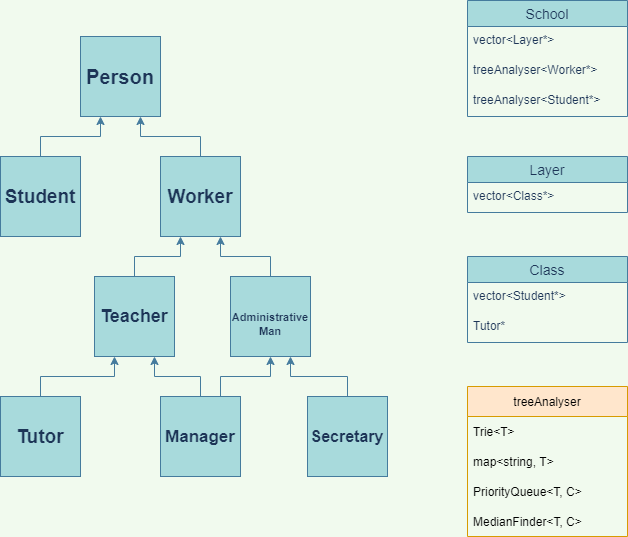
Above: Block diagram.png in ofir-tan/School-Super-Data-Structure (draw.io), before the change. Source tidied: cells renumbered, new cells last; positions are measured from the earlier drawing's top-left corner, leaving out a move shared by most shapes.
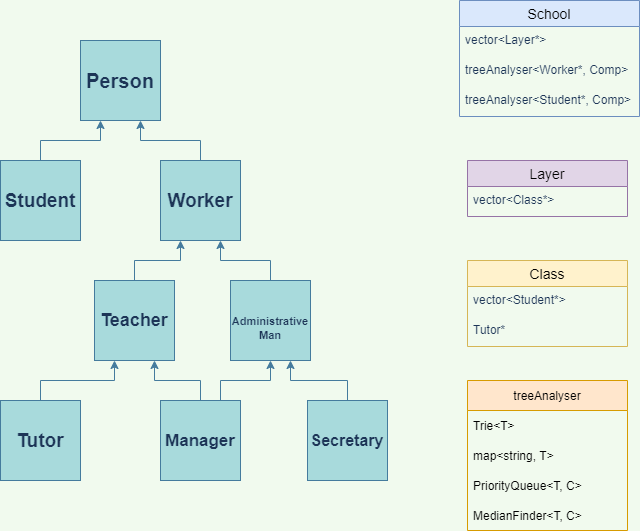
The same diagram one commit later.

What changed in the source:
```diff
@@ -50,25 +50,25 @@
     <mxCell id="17" value="&lt;font style=&quot;font-size: 20px&quot;&gt;&lt;b&gt;Person&lt;/b&gt;&lt;/font&gt;" style="whiteSpace=wrap;html=1;fillColor=#A8DADC;strokeColor=#457B9D;fontColor=#1D3557;" parent="1" vertex="1">
       <mxGeometry x="80" y="36" width="80" height="80" as="geometry" />
     </mxCell>
-    <mxCell id="18" value="School" style="swimlane;fontStyle=0;horizontal=1;startSize=26;align=center;fontSize=14;fillColor=#A8DADC;strokeColor=#457B9D;fontColor=#1D3557;" parent="1" vertex="1">
-      <mxGeometry x="467" width="160" height="116" as="geometry" />
+    <mxCell id="18" value="School" style="swimlane;fontStyle=0;horizontal=1;startSize=26;align=center;fontSize=14;fillColor=#dae8fc;strokeColor=#6c8ebf;" parent="1" vertex="1">
+      <mxGeometry x="459" y="-4" width="180" height="116" as="geometry" />
     </mxCell>
     <mxCell id="19" value="vector&lt;Layer*&gt;" style="text;strokeColor=none;fillColor=none;spacingLeft=4;spacingRight=4;overflow=hidden;fontSize=12;fontColor=#1D3557;" parent="18" vertex="1">
-      <mxGeometry y="26" width="160" height="30" as="geometry" />
+      <mxGeometry y="26" width="180" height="30" as="geometry" />
     </mxCell>
-    <mxCell id="20" value="treeAnalyser&lt;Worker*&gt;" style="text;strokeColor=none;fillColor=none;spacingLeft=4;spacingRight=4;overflow=hidden;fontSize=12;fontColor=#1D3557;" parent="18" vertex="1">
-      <mxGeometry y="56" width="160" height="30" as="geometry" />
+    <mxCell id="20" value="treeAnalyser&lt;Worker*, Comp&gt;" style="text;strokeColor=none;fillColor=none;spacingLeft=4;spacingRight=4;overflow=hidden;fontSize=12;fontColor=#1D3557;" parent="18" vertex="1">
+      <mxGeometry y="56" width="180" height="30" as="geometry" />
     </mxCell>
-    <mxCell id="21" value="treeAnalyser&lt;Student*&gt;" style="text;strokeColor=none;fillColor=none;spacingLeft=4;spacingRight=4;overflow=hidden;fontSize=12;fontColor=#1D3557;" parent="18" vertex="1">
-      <mxGeometry y="86" width="160" height="30" as="geometry" />
+    <mxCell id="21" value="treeAnalyser&lt;Student*, Comp&gt;" style="text;strokeColor=none;fillColor=none;spacingLeft=4;spacingRight=4;overflow=hidden;fontSize=12;fontColor=#1D3557;" parent="18" vertex="1">
+      <mxGeometry y="86" width="180" height="30" as="geometry" />
     </mxCell>
-    <mxCell id="22" value="Layer" style="swimlane;fontStyle=0;horizontal=1;startSize=26;align=center;fontSize=14;fillColor=#A8DADC;strokeColor=#457B9D;fontColor=#1D3557;" parent="1" vertex="1">
+    <mxCell id="22" value="Layer" style="swimlane;fontStyle=0;horizontal=1;startSize=26;align=center;fontSize=14;fillColor=#e1d5e7;strokeColor=#9673a6;" parent="1" vertex="1">
       <mxGeometry x="467" y="156" width="160" height="56" as="geometry" />
     </mxCell>
     <mxCell id="23" value="vector&lt;Class*&gt;" style="text;strokeColor=none;fillColor=none;spacingLeft=4;spacingRight=4;overflow=hidden;fontSize=12;fontColor=#1D3557;" parent="22" vertex="1">
       <mxGeometry y="26" width="160" height="30" as="geometry" />
     </mxCell>
-    <mxCell id="24" value="Class" style="swimlane;fontStyle=0;horizontal=1;startSize=26;align=center;fontSize=14;fillColor=#A8DADC;strokeColor=#457B9D;fontColor=#1D3557;" parent="1" vertex="1">
+    <mxCell id="24" value="Class" style="swimlane;fontStyle=0;horizontal=1;startSize=26;align=center;fontSize=14;fillColor=#fff2cc;strokeColor=#d6b656;" parent="1" vertex="1">
       <mxGeometry x="467" y="256" width="160" height="86" as="geometry" />
     </mxCell>
     <mxCell id="25" value="vector&lt;Student*&gt;" style="text;strokeColor=none;fillColor=none;spacingLeft=4;spacingRight=4;overflow=hidden;fontSize=12;fontColor=#1D3557;" parent="24" vertex="1">
@@ -78,7 +78,7 @@
       <mxGeometry y="56" width="160" height="30" as="geometry" />
     </mxCell>
     <mxCell id="27" value="treeAnalyser" style="swimlane;fontStyle=0;horizontal=1;startSize=30;fillColor=#ffe6cc;strokeColor=#d79b00;fontColor=default;" parent="1" vertex="1">
-      <mxGeometry x="467" y="386" width="160" height="150" as="geometry" />
+      <mxGeometry x="467" y="376" width="160" height="150" as="geometry" />
     </mxCell>
     <mxCell id="28" value="Trie&lt;T&gt;" style="text;strokeColor=none;fillColor=none;align=left;verticalAlign=middle;spacingLeft=4;spacingRight=4;overflow=hidden;fontColor=default;" parent="27" vertex="1">
       <mxGeometry y="30" width="160" height="30" as="geometry" />
```
